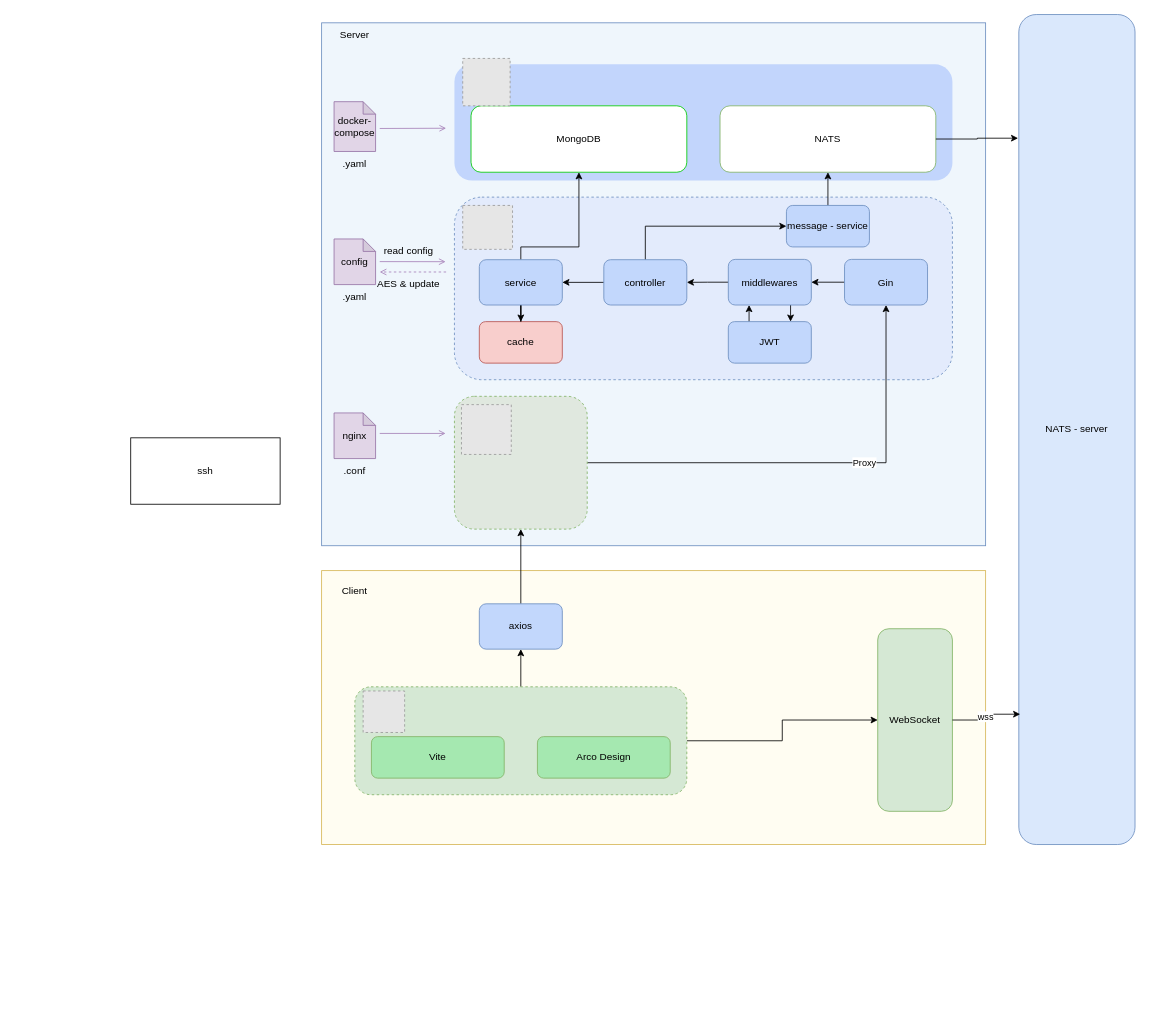
Zhangbokai614/draw keeps this draw.io diagram as Draw/shenong.drawio. Above is the earlier version. Source tidied: cells renumbered, new cells numbered last; positions are measured from the earlier drawing's top-left corner, leaving out a move shared by most shapes. Both pictures are drawn from the tidied source at 83%, with x=0, y=0 at pixel (130, 14). Pictures stored in the file or linked from it are replaced by grey dashed boxes.
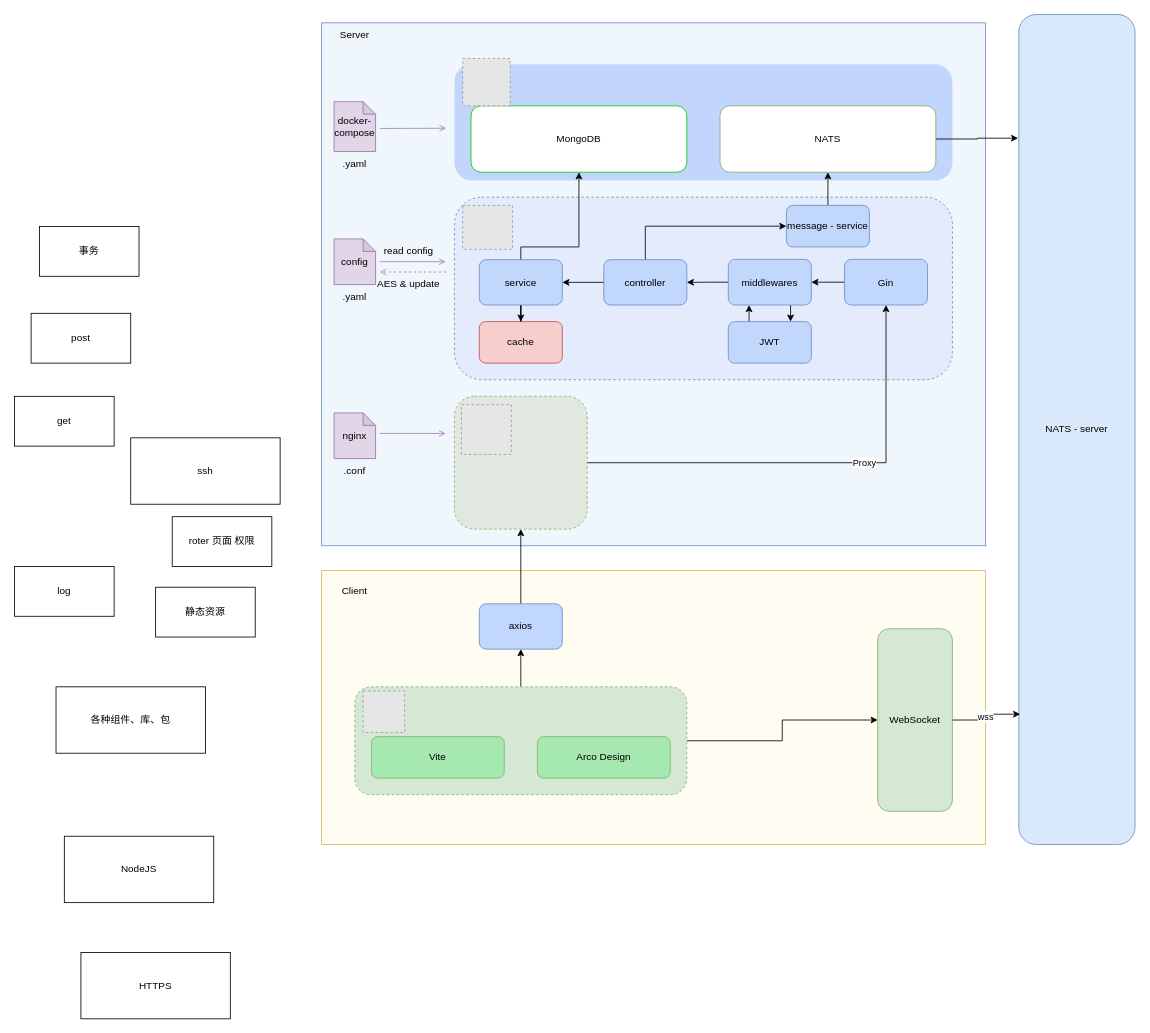
After the change.

What changed in the source:
```diff
@@
+    <mxCell id="57" value="事务" style="rounded=0;whiteSpace=wrap;html=1;" parent="1" vertex="1">
+      <mxGeometry x="-110" y="255.4" width="120" height="60" as="geometry" />
+    </mxCell>
+    <mxCell id="58" value="post" style="rounded=0;whiteSpace=wrap;html=1;" parent="1" vertex="1">
+      <mxGeometry x="-120" y="360" width="120" height="60" as="geometry" />
+    </mxCell>
+    <mxCell id="59" value="get" style="rounded=0;whiteSpace=wrap;html=1;" parent="1" vertex="1">
+      <mxGeometry x="-140" y="460" width="120" height="60" as="geometry" />
+    </mxCell>
+    <mxCell id="60" value="log" style="rounded=0;whiteSpace=wrap;html=1;" parent="1" vertex="1">
+      <mxGeometry x="-140" y="665" width="120" height="60" as="geometry" />
+    </mxCell>
+    <mxCell id="61" value="roter 页面 权限" style="rounded=0;whiteSpace=wrap;html=1;" parent="1" vertex="1">
+      <mxGeometry x="50" y="605" width="120" height="60" as="geometry" />
+    </mxCell>
+    <mxCell id="62" value="静态资源" style="rounded=0;whiteSpace=wrap;html=1;" parent="1" vertex="1">
+      <mxGeometry x="30" y="690" width="120" height="60" as="geometry" />
+    </mxCell>
+    <mxCell id="63" value="各种组件、库、包" style="rounded=0;whiteSpace=wrap;html=1;" parent="1" vertex="1">
+      <mxGeometry x="-90" y="810" width="180" height="80" as="geometry" />
+    </mxCell>
+    <mxCell id="64" value="NodeJS" style="rounded=0;whiteSpace=wrap;html=1;" parent="1" vertex="1">
+      <mxGeometry x="-80" y="990" width="180" height="80" as="geometry" />
+    </mxCell>
+    <mxCell id="65" value="HTTPS" style="rounded=0;whiteSpace=wrap;html=1;" parent="1" vertex="1">
+      <mxGeometry x="-60" y="1130" width="180" height="80" as="geometry" />
+    </mxCell>
```
